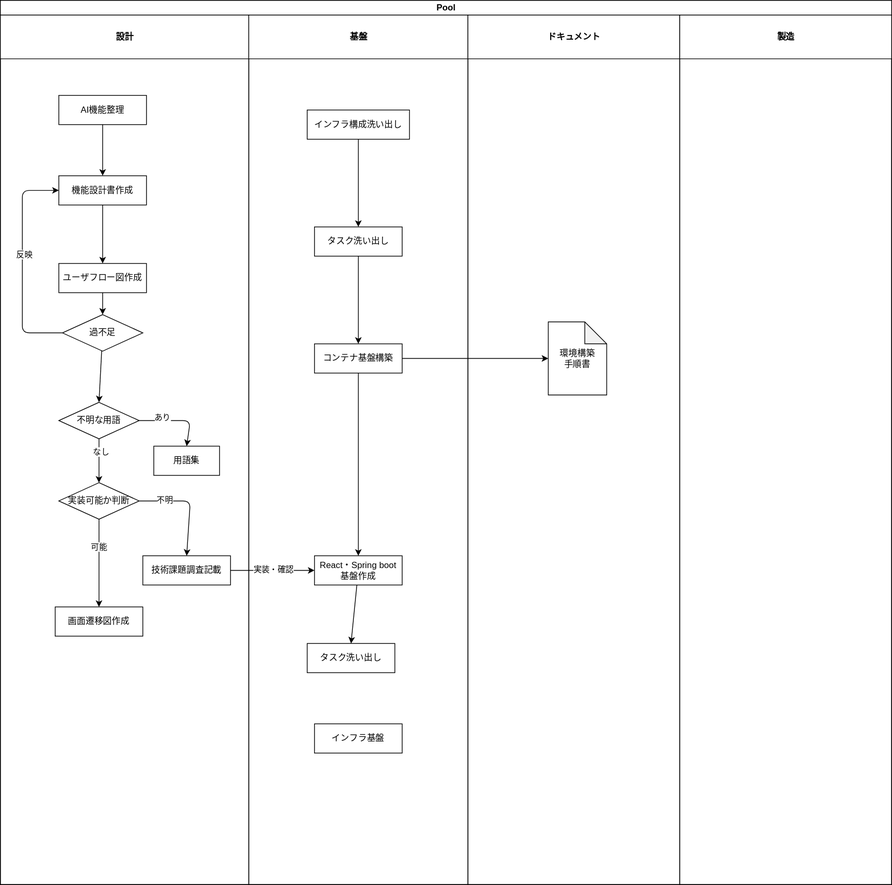
Before: ①要件/計画書/images/schedule.drawio.svg, a diagram exported from draw.io (FujiJPProject/MusicflowsDocument). Source tidied: cells renumbered, new cells last; positions are measured from the earlier drawing's top-left corner, leaving out a move shared by most shapes.
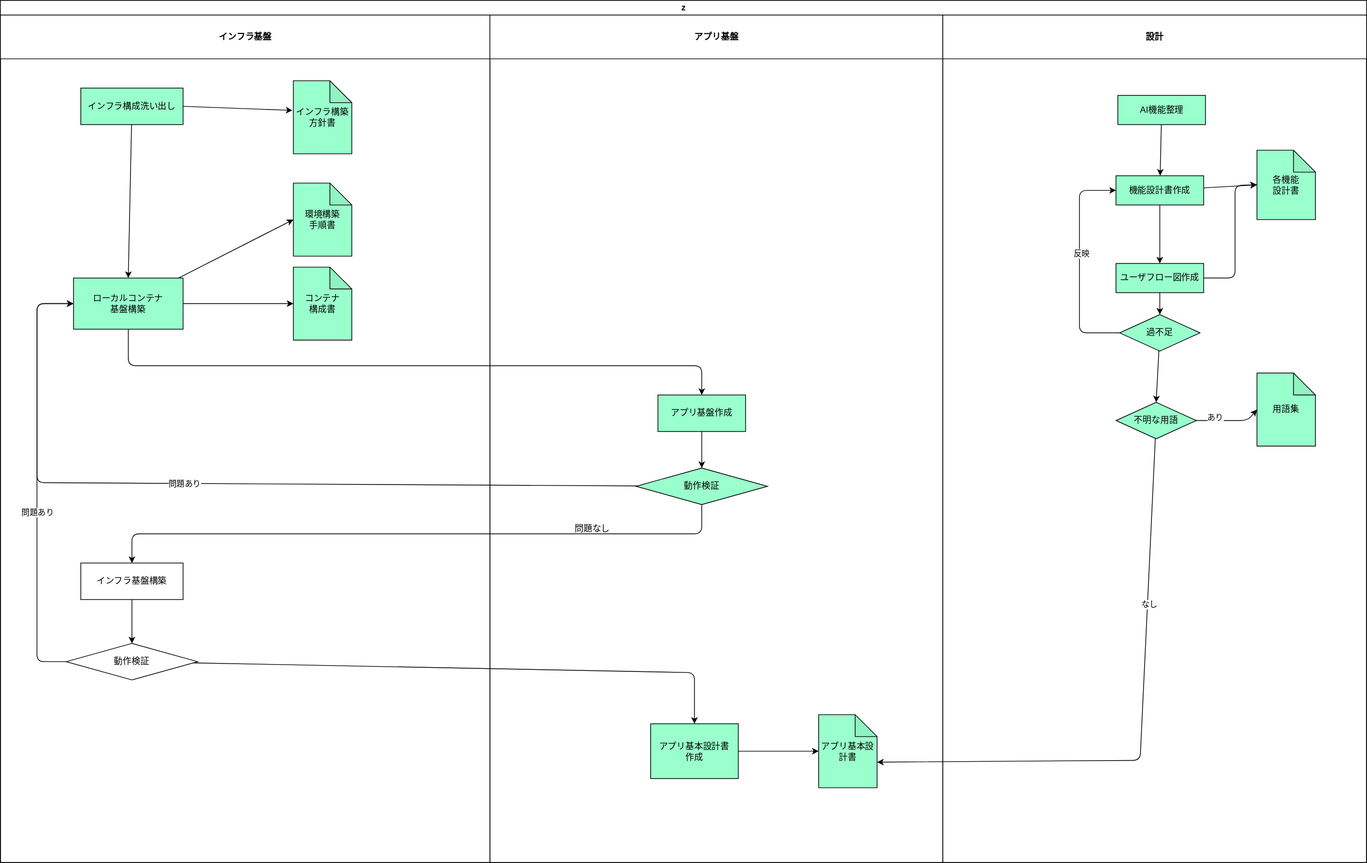
Later version of the same file.

Commit message:
計画書の見直し

Change to the diagram source:
```diff
@@ -2,49 +2,119 @@
   <root>
     <mxCell id="0" />
     <mxCell id="1" parent="0" />
-    <mxCell id="2" value="Pool" style="swimlane;startSize=20;html=1;" parent="1" vertex="1">
-      <mxGeometry width="1220" height="1210" as="geometry" />
+    <mxCell id="2" value="z" style="swimlane;startSize=20;html=1;" parent="1" vertex="1">
+      <mxGeometry width="1870" height="1180" as="geometry" />
     </mxCell>
+    <mxCell id="5" value="インフラ基盤" style="swimlane;startSize=60;html=1;" parent="2" vertex="1">
+      <mxGeometry y="20" width="670" height="1160" as="geometry" />
+    </mxCell>
+    <mxCell id="44" style="edgeStyle=none;html=1;entryX=0.5;entryY=0;entryDx=0;entryDy=0;" parent="5" edge="1" source="6" target="32">
+      <mxGeometry relative="1" as="geometry" />
+    </mxCell>
+    <mxCell id="6" value="インフラ構成洗い出し" style="rounded=0;whiteSpace=wrap;html=1;fillColor=#99FFCC;" parent="5" vertex="1">
+      <mxGeometry x="110" y="100" width="140" height="50" as="geometry" />
+    </mxCell>
+    <mxCell id="32" value="ローカルコンテナ&lt;div&gt;基盤構築&lt;/div&gt;" style="rounded=0;whiteSpace=wrap;html=1;fillColor=#99FFCC;" parent="5" vertex="1">
+      <mxGeometry x="100" y="360" width="150" height="70" as="geometry" />
+    </mxCell>
+    <mxCell id="45" value="インフラ構築方針書" style="shape=note;whiteSpace=wrap;html=1;backgroundOutline=1;darkOpacity=0.05;fillColor=#99FFCC;" parent="5" vertex="1">
+      <mxGeometry x="401" y="90" width="80" height="100" as="geometry" />
+    </mxCell>
+    <mxCell id="8" style="edgeStyle=none;html=1;exitX=1;exitY=0.5;exitDx=0;exitDy=0;entryX=-0.016;entryY=0.406;entryDx=0;entryDy=0;entryPerimeter=0;" parent="5" edge="1" source="6" target="45">
+      <mxGeometry relative="1" as="geometry" />
+    </mxCell>
+    <mxCell id="37" value="環境構築&lt;div&gt;手順書&lt;/div&gt;" style="shape=note;whiteSpace=wrap;html=1;backgroundOutline=1;darkOpacity=0.05;fillColor=#99FFCC;" parent="5" vertex="1">
+      <mxGeometry x="401" y="230" width="80" height="100" as="geometry" />
+    </mxCell>
+    <mxCell id="40" style="edgeStyle=none;html=1;entryX=0;entryY=0.5;entryDx=0;entryDy=0;entryPerimeter=0;" parent="5" edge="1" source="32" target="37">
+      <mxGeometry relative="1" as="geometry" />
+    </mxCell>
+    <mxCell id="46" style="edgeStyle=none;html=1;entryX=0.5;entryY=0;entryDx=0;entryDy=0;" parent="5" edge="1" source="47" target="50">
+      <mxGeometry relative="1" as="geometry" />
+    </mxCell>
+    <mxCell id="47" value="インフラ基盤構築" style="rounded=0;whiteSpace=wrap;html=1;" parent="5" vertex="1">
+      <mxGeometry x="110" y="750" width="140" height="50" as="geometry" />
+    </mxCell>
+    <mxCell id="48" style="edgeStyle=none;html=1;entryX=0;entryY=0.5;entryDx=0;entryDy=0;" parent="5" edge="1" source="50" target="32">
+      <mxGeometry relative="1" as="geometry">
+        <Array as="points">
+          <mxPoint x="50" y="885" />
+          <mxPoint x="50" y="395" />
+        </Array>
+      </mxGeometry>
+    </mxCell>
+    <mxCell id="49" value="問題あり" style="edgeLabel;html=1;align=center;verticalAlign=middle;" parent="48" vertex="1">
+      <mxGeometry y="-11" relative="1" as="geometry">
+        <mxPoint x="-11" y="44" as="offset" />
+      </mxGeometry>
+    </mxCell>
+    <mxCell id="50" value="動作検証" style="rhombus;whiteSpace=wrap;html=1;" parent="5" vertex="1">
+      <mxGeometry x="90" y="860" width="180" height="50" as="geometry" />
+    </mxCell>
+    <mxCell id="51" value="コンテナ&lt;div&gt;構成書&lt;/div&gt;" style="shape=note;whiteSpace=wrap;html=1;backgroundOutline=1;darkOpacity=0.05;fillColor=#99FFCC;" parent="5" vertex="1">
+      <mxGeometry x="401" y="345" width="80" height="100" as="geometry" />
+    </mxCell>
+    <mxCell id="52" style="edgeStyle=none;html=1;entryX=0;entryY=0.5;entryDx=0;entryDy=0;entryPerimeter=0;" parent="5" edge="1" source="32" target="51">
+      <mxGeometry relative="1" as="geometry" />
+    </mxCell>
+    <mxCell id="53" value="アプリ基盤" style="swimlane;startSize=60;html=1;" parent="2" vertex="1">
+      <mxGeometry x="670" y="20" width="620" height="1160" as="geometry" />
+    </mxCell>
+    <mxCell id="54" style="edgeStyle=none;html=1;entryX=0.5;entryY=0;entryDx=0;entryDy=0;" parent="53" edge="1" source="34" target="56">
+      <mxGeometry relative="1" as="geometry" />
+    </mxCell>
+    <mxCell id="34" value="アプリ基盤作成" style="rounded=0;whiteSpace=wrap;html=1;fillColor=#99FFCC;" parent="53" vertex="1">
+      <mxGeometry x="230" y="520" width="120" height="50" as="geometry" />
+    </mxCell>
+    <mxCell id="55" value="アプリ基本設計書&lt;div&gt;作成&lt;/div&gt;" style="rounded=0;whiteSpace=wrap;html=1;fillColor=#99FFCC;" parent="53" vertex="1">
+      <mxGeometry x="220" y="970" width="120" height="75" as="geometry" />
+    </mxCell>
+    <mxCell id="56" value="動作検証" style="rhombus;whiteSpace=wrap;html=1;fillColor=#99FFCC;" parent="53" vertex="1">
+      <mxGeometry x="200" y="620" width="180" height="50" as="geometry" />
+    </mxCell>
+    <mxCell id="57" value="アプリ基本設計書" style="shape=note;whiteSpace=wrap;html=1;backgroundOutline=1;darkOpacity=0.05;fillColor=#99FFCC;" parent="53" vertex="1">
+      <mxGeometry x="450" y="957.5" width="80" height="100" as="geometry" />
+    </mxCell>
+    <mxCell id="58" style="edgeStyle=none;html=1;entryX=0;entryY=0.5;entryDx=0;entryDy=0;entryPerimeter=0;" parent="53" edge="1" source="55" target="57">
+      <mxGeometry relative="1" as="geometry" />
+    </mxCell>
+    <mxCell id="31" style="edgeStyle=none;html=1;entryX=0.5;entryY=0;entryDx=0;entryDy=0;exitX=0.5;exitY=1;exitDx=0;exitDy=0;" parent="2" edge="1" source="32" target="34">
+      <mxGeometry relative="1" as="geometry">
+        <Array as="points">
+          <mxPoint x="175" y="500" />
+          <mxPoint x="960" y="500" />
+        </Array>
+      </mxGeometry>
+    </mxCell>
+    <mxCell id="59" style="edgeStyle=none;html=1;entryX=0.5;entryY=0;entryDx=0;entryDy=0;" parent="2" edge="1" source="50" target="55">
+      <mxGeometry relative="1" as="geometry">
+        <Array as="points">
+          <mxPoint x="950" y="920" />
+        </Array>
+      </mxGeometry>
+    </mxCell>
     <mxCell id="3" value="設計" style="swimlane;startSize=60;html=1;" parent="2" vertex="1">
-      <mxGeometry y="20" width="340" height="1190" as="geometry" />
+      <mxGeometry x="1290" y="20" width="580" height="1160" as="geometry" />
     </mxCell>
-    <mxCell id="4" value="AI機能整理" style="rounded=0;whiteSpace=wrap;html=1;" parent="3" vertex="1">
-      <mxGeometry x="80" y="110" width="120" height="40" as="geometry" />
+    <mxCell id="4" value="AI機能整理" style="rounded=0;whiteSpace=wrap;html=1;fillColor=#99FFCC;" parent="3" vertex="1">
+      <mxGeometry x="239.5" y="110" width="120" height="40" as="geometry" />
     </mxCell>
-    <mxCell id="5" value="基盤" style="swimlane;startSize=60;html=1;" parent="2" vertex="1">
-      <mxGeometry x="340" y="20" width="300" height="1190" as="geometry" />
-    </mxCell>
-    <mxCell id="6" value="インフラ構成洗い出し" style="rounded=0;whiteSpace=wrap;html=1;" parent="5" vertex="1">
-      <mxGeometry x="80" y="130" width="140" height="40" as="geometry" />
-    </mxCell>
-    <mxCell id="7" value="タスク洗い出し" style="rounded=0;whiteSpace=wrap;html=1;" parent="5" vertex="1">
-      <mxGeometry x="90" y="290" width="120" height="40" as="geometry" />
-    </mxCell>
-    <mxCell id="8" style="edgeStyle=none;html=1;" parent="5" edge="1" source="6" target="7">
-      <mxGeometry relative="1" as="geometry" />
-    </mxCell>
-    <mxCell id="9" value="ドキュメント" style="swimlane;startSize=60;html=1;" parent="2" vertex="1">
-      <mxGeometry x="640" y="20" width="290" height="1190" as="geometry" />
-    </mxCell>
-    <mxCell id="10" style="edgeStyle=none;html=1;" parent="9" edge="1" source="11" target="13">
+    <mxCell id="10" style="edgeStyle=none;html=1;" parent="3" edge="1" source="11" target="13">
       <mxGeometry relative="1" as="geometry" />
     </mxCell>
-    <mxCell id="11" value="機能設計書作成" style="rounded=0;whiteSpace=wrap;html=1;" parent="9" vertex="1">
-      <mxGeometry x="-560" y="220" width="120" height="40" as="geometry" />
+    <mxCell id="11" value="機能設計書作成" style="rounded=0;whiteSpace=wrap;html=1;fillColor=#99FFCC;" parent="3" vertex="1">
+      <mxGeometry x="237" y="220" width="120" height="40" as="geometry" />
     </mxCell>
-    <mxCell id="12" style="edgeStyle=none;html=1;entryX=0.5;entryY=0;entryDx=0;entryDy=0;" parent="9" edge="1" source="13" target="30">
+    <mxCell id="12" style="edgeStyle=none;html=1;entryX=0.5;entryY=0;entryDx=0;entryDy=0;" parent="3" edge="1" source="13" target="30">
       <mxGeometry relative="1" as="geometry" />
     </mxCell>
-    <mxCell id="13" value="ユーザフロー図作成" style="rounded=0;whiteSpace=wrap;html=1;" parent="9" vertex="1">
-      <mxGeometry x="-560" y="340" width="120" height="40" as="geometry" />
+    <mxCell id="13" value="ユーザフロー図作成" style="rounded=0;whiteSpace=wrap;html=1;fillColor=#99FFCC;" parent="3" vertex="1">
+      <mxGeometry x="237" y="340" width="120" height="40" as="geometry" />
     </mxCell>
-    <mxCell id="14" value="用語集" style="rounded=0;whiteSpace=wrap;html=1;" parent="9" vertex="1">
-      <mxGeometry x="-430" y="590" width="90" height="40" as="geometry" />
-    </mxCell>
-    <mxCell id="15" style="edgeStyle=none;html=1;entryX=0.5;entryY=0;entryDx=0;entryDy=0;exitX=0.955;exitY=0.5;exitDx=0;exitDy=0;exitPerimeter=0;" parent="9" edge="1" source="19" target="14">
+    <mxCell id="15" style="edgeStyle=none;html=1;entryX=0;entryY=0.5;entryDx=0;entryDy=0;exitX=0.955;exitY=0.5;exitDx=0;exitDy=0;exitPerimeter=0;entryPerimeter=0;" parent="3" edge="1" source="19" target="14">
       <mxGeometry relative="1" as="geometry">
         <Array as="points">
-          <mxPoint x="-380" y="555" />
+          <mxPoint x="417" y="555" />
         </Array>
       </mxGeometry>
     </mxCell>
@@ -53,97 +123,79 @@
         <mxPoint x="-1" as="offset" />
       </mxGeometry>
     </mxCell>
-    <mxCell id="17" style="edgeStyle=none;html=1;entryX=0.5;entryY=0;entryDx=0;entryDy=0;" parent="9" edge="1" source="19" target="26">
-      <mxGeometry relative="1" as="geometry" />
-    </mxCell>
-    <mxCell id="18" value="なし" style="edgeLabel;html=1;align=center;verticalAlign=middle;" parent="17" vertex="1">
-      <mxGeometry x="-0.43" y="2" relative="1" as="geometry" />
-    </mxCell>
-    <mxCell id="19" value="不明な用語" style="rhombus;whiteSpace=wrap;html=1;" parent="9" vertex="1">
-      <mxGeometry x="-560" y="530" width="110" height="50" as="geometry" />
+    <mxCell id="19" value="不明な用語" style="rhombus;whiteSpace=wrap;html=1;fillColor=#99FFCC;" parent="3" vertex="1">
+      <mxGeometry x="237" y="530" width="110" height="50" as="geometry" />
     </mxCell>
-    <mxCell id="20" value="画面遷移図作成" style="rounded=0;whiteSpace=wrap;html=1;" parent="9" vertex="1">
-      <mxGeometry x="-565" y="810" width="120" height="40" as="geometry" />
-    </mxCell>
-    <mxCell id="21" value="技術課題調査記載" style="rounded=0;whiteSpace=wrap;html=1;" parent="9" vertex="1">
-      <mxGeometry x="-445" y="740" width="120" height="40" as="geometry" />
-    </mxCell>
-    <mxCell id="22" style="edgeStyle=none;html=1;entryX=0.5;entryY=0;entryDx=0;entryDy=0;" parent="9" edge="1" source="26" target="21">
-      <mxGeometry relative="1" as="geometry">
-        <Array as="points">
-          <mxPoint x="-380" y="665" />
-        </Array>
-      </mxGeometry>
-    </mxCell>
-    <mxCell id="23" value="不明" style="edgeLabel;html=1;align=center;verticalAlign=middle;" parent="22" vertex="1">
-      <mxGeometry x="-0.53" y="2" relative="1" as="geometry" />
-    </mxCell>
-    <mxCell id="24" style="edgeStyle=none;html=1;entryX=0.5;entryY=0;entryDx=0;entryDy=0;" parent="9" edge="1" source="26" target="20">
-      <mxGeometry relative="1" as="geometry" />
-    </mxCell>
-    <mxCell id="25" value="可能" style="edgeLabel;html=1;align=center;verticalAlign=middle;" parent="24" vertex="1">
-      <mxGeometry x="-0.38" y="-1" relative="1" as="geometry" />
-    </mxCell>
-    <mxCell id="26" value="実装可能か判断" style="rhombus;whiteSpace=wrap;html=1;" parent="9" vertex="1">
-      <mxGeometry x="-560" y="640" width="110" height="50" as="geometry" />
-    </mxCell>
-    <mxCell id="27" style="edgeStyle=none;html=1;entryX=0.5;entryY=0;entryDx=0;entryDy=0;" parent="9" edge="1" source="30" target="19">
+    <mxCell id="27" style="edgeStyle=none;html=1;entryX=0.5;entryY=0;entryDx=0;entryDy=0;" parent="3" edge="1" source="30" target="19">
       <mxGeometry relative="1" as="geometry" />
     </mxCell>
-    <mxCell id="28" style="edgeStyle=none;html=1;entryX=0;entryY=0.5;entryDx=0;entryDy=0;" parent="9" edge="1" source="30" target="11">
+    <mxCell id="28" style="edgeStyle=none;html=1;entryX=0;entryY=0.5;entryDx=0;entryDy=0;" parent="3" edge="1" source="30" target="11">
       <mxGeometry relative="1" as="geometry">
         <Array as="points">
-          <mxPoint x="-610" y="435" />
-          <mxPoint x="-610" y="240" />
+          <mxPoint x="187" y="435" />
+          <mxPoint x="187" y="240" />
         </Array>
       </mxGeometry>
     </mxCell>
     <mxCell id="29" value="反映" style="edgeLabel;html=1;align=center;verticalAlign=middle;" parent="28" vertex="1">
       <mxGeometry x="0.09" y="-2" relative="1" as="geometry" />
     </mxCell>
-    <mxCell id="30" value="過不足" style="rhombus;whiteSpace=wrap;html=1;" parent="9" vertex="1">
-      <mxGeometry x="-555" y="410" width="110" height="50" as="geometry" />
+    <mxCell id="30" value="過不足" style="rhombus;whiteSpace=wrap;html=1;fillColor=#99FFCC;" parent="3" vertex="1">
+      <mxGeometry x="242" y="410" width="110" height="50" as="geometry" />
     </mxCell>
-    <mxCell id="31" style="edgeStyle=none;html=1;entryX=0.5;entryY=0;entryDx=0;entryDy=0;" parent="9" edge="1" source="32" target="34">
-      <mxGeometry relative="1" as="geometry" />
-    </mxCell>
-    <mxCell id="32" value="コンテナ基盤構築" style="rounded=0;whiteSpace=wrap;html=1;" parent="9" vertex="1">
-      <mxGeometry x="-210" y="450" width="120" height="40" as="geometry" />
-    </mxCell>
-    <mxCell id="33" style="edgeStyle=none;html=1;entryX=0.5;entryY=0;entryDx=0;entryDy=0;" parent="9" edge="1" source="34" target="35">
-      <mxGeometry relative="1" as="geometry" />
-    </mxCell>
-    <mxCell id="34" value="React・Spring boot&lt;div&gt;基盤作成&lt;/div&gt;" style="rounded=0;whiteSpace=wrap;html=1;" parent="9" vertex="1">
-      <mxGeometry x="-210" y="740" width="120" height="40" as="geometry" />
-    </mxCell>
-    <mxCell id="35" value="タスク洗い出し" style="rounded=0;whiteSpace=wrap;html=1;" parent="9" vertex="1">
-      <mxGeometry x="-220" y="860" width="120" height="40" as="geometry" />
-    </mxCell>
-    <mxCell id="36" value="インフラ基盤" style="rounded=0;whiteSpace=wrap;html=1;" parent="9" vertex="1">
-      <mxGeometry x="-210" y="970" width="120" height="40" as="geometry" />
-    </mxCell>
-    <mxCell id="37" value="環境構築&lt;div&gt;手順書&lt;/div&gt;" style="shape=note;whiteSpace=wrap;html=1;backgroundOutline=1;darkOpacity=0.05;" parent="9" vertex="1">
-      <mxGeometry x="110" y="420" width="80" height="100" as="geometry" />
-    </mxCell>
-    <mxCell id="38" style="edgeStyle=none;html=1;entryX=0;entryY=0.5;entryDx=0;entryDy=0;" parent="9" edge="1" source="21" target="34">
-      <mxGeometry relative="1" as="geometry" />
-    </mxCell>
-    <mxCell id="39" value="実装・確認" style="edgeLabel;html=1;align=center;verticalAlign=middle;" parent="38" vertex="1">
-      <mxGeometry x="0.03" y="2" relative="1" as="geometry">
-        <mxPoint x="-1" as="offset" />
-      </mxGeometry>
-    </mxCell>
-    <mxCell id="40" style="edgeStyle=none;html=1;entryX=0;entryY=0.5;entryDx=0;entryDy=0;entryPerimeter=0;" parent="9" edge="1" source="32" target="37">
-      <mxGeometry relative="1" as="geometry" />
-    </mxCell>
-    <mxCell id="41" value="製造" style="swimlane;startSize=60;html=1;" parent="2" vertex="1">
-      <mxGeometry x="930" y="20" width="290" height="1190" as="geometry" />
-    </mxCell>
-    <mxCell id="42" style="edgeStyle=none;html=1;" parent="2" edge="1" source="4" target="11">
+    <mxCell id="42" style="edgeStyle=none;html=1;" parent="3" edge="1" source="4" target="11">
       <mxGeometry relative="1" as="geometry" />
     </mxCell>
-    <mxCell id="43" style="edgeStyle=none;html=1;entryX=0.5;entryY=0;entryDx=0;entryDy=0;" parent="2" edge="1" source="7" target="32">
-      <mxGeometry relative="1" as="geometry" />
-    </mxCell>
+    <mxCell id="14" value="用語集" style="shape=note;whiteSpace=wrap;html=1;backgroundOutline=1;darkOpacity=0.05;fillColor=#99FFCC;" parent="3" vertex="1">
+      <mxGeometry x="430" y="490" width="80" height="100" as="geometry" />
+    </mxCell>
+    <mxCell id="60" value="各機能&lt;div&gt;設計書&lt;/div&gt;" style="shape=note;whiteSpace=wrap;html=1;backgroundOutline=1;darkOpacity=0.05;fillColor=#99FFCC;" parent="3" vertex="1">
+      <mxGeometry x="430" y="185" width="80" height="95" as="geometry" />
+    </mxCell>
+    <mxCell id="61" style="edgeStyle=none;html=1;entryX=0;entryY=0.5;entryDx=0;entryDy=0;entryPerimeter=0;" parent="3" edge="1" source="11" target="60">
+      <mxGeometry relative="1" as="geometry" />
+    </mxCell>
+    <mxCell id="62" style="edgeStyle=none;html=1;entryX=0;entryY=0.5;entryDx=0;entryDy=0;entryPerimeter=0;" parent="3" edge="1" source="13" target="60">
+      <mxGeometry relative="1" as="geometry">
+        <Array as="points">
+          <mxPoint x="400" y="360" />
+          <mxPoint x="400" y="233" />
+        </Array>
+      </mxGeometry>
+    </mxCell>
+    <mxCell id="63" style="edgeStyle=none;html=1;entryX=0;entryY=0.5;entryDx=0;entryDy=0;" parent="2" edge="1" source="56" target="32">
+      <mxGeometry relative="1" as="geometry">
+        <Array as="points">
+          <mxPoint x="50" y="660" />
+          <mxPoint x="50" y="415" />
+        </Array>
+      </mxGeometry>
+    </mxCell>
+    <mxCell id="64" value="問題あり" style="edgeLabel;html=1;align=center;verticalAlign=middle;" parent="63" vertex="1">
+      <mxGeometry x="0.11" relative="1" as="geometry">
+        <mxPoint x="1" as="offset" />
+      </mxGeometry>
+    </mxCell>
+    <mxCell id="65" style="edgeStyle=none;html=1;entryX=0.5;entryY=0;entryDx=0;entryDy=0;" parent="2" edge="1" source="56" target="47">
+      <mxGeometry relative="1" as="geometry">
+        <Array as="points">
+          <mxPoint x="960" y="730" />
+          <mxPoint x="180" y="730" />
+        </Array>
+      </mxGeometry>
+    </mxCell>
+    <mxCell id="17" style="edgeStyle=none;html=1;entryX=0;entryY=0;entryDx=80;entryDy=65;entryPerimeter=0;" parent="2" edge="1" source="19" target="57">
+      <mxGeometry relative="1" as="geometry">
+        <Array as="points">
+          <mxPoint x="1560" y="1040" />
+        </Array>
+      </mxGeometry>
+    </mxCell>
+    <mxCell id="18" value="なし" style="edgeLabel;html=1;align=center;verticalAlign=middle;" parent="17" vertex="1">
+      <mxGeometry x="-0.43" y="2" relative="1" as="geometry" />
+    </mxCell>
+    <mxCell id="66" value="問題なし" style="text;html=1;align=center;verticalAlign=middle;strokeColor=none;fillColor=none;" parent="1" vertex="1">
+      <mxGeometry x="775" y="708" width="70" height="30" as="geometry" />
+    </mxCell>
   </root>
 </mxGraphModel>
```
